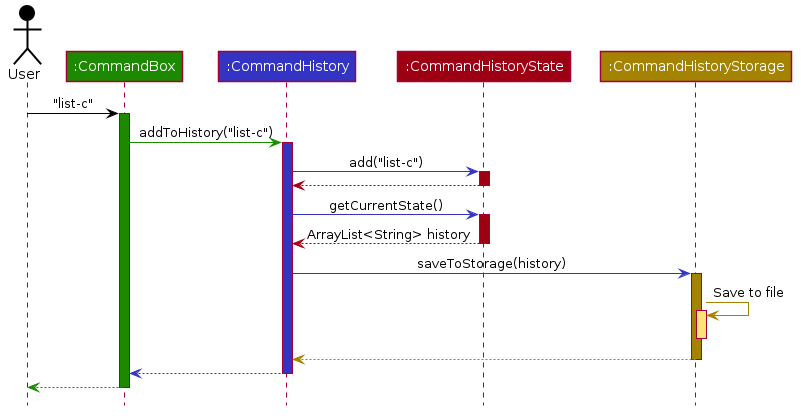
The PlantUML diagram images/CommandHistorySequenceDiagram.png in AY1920S2-CS2103T-F11-2/main, before a commit. Its diagram source:
```plantuml
@startuml








skinparam BackgroundColor #FFFFFFF

skinparam Shadowing false

skinparam Class {
    FontColor #FFFFFF
    BorderThickness 1
    BorderColor #FFFFFF
    StereotypeFontColor #FFFFFF
    FontName Arial
}

skinparam Actor {
    BorderColor #000000
    Color #000000
    FontName Arial
}

skinparam Sequence {
    MessageAlign center
    BoxFontSize 15
    BoxPadding 0
    BoxFontColor #FFFFFF
    FontName Arial
}

skinparam Participant {
    FontColor #FFFFFFF
    Padding 20
}

skinparam MinClassWidth 50
skinparam ParticipantPadding 10
skinparam Shadowing false
skinparam DefaultTextAlignment center
skinparam packageStyle Rectangle

hide footbox
hide members
hide circle

Actor User as user #000000
Participant ":CommandBox" as ui #1D8900
Participant ":CommandHistory" as logic #3333C4
Participant ":CommandHistoryState" as model #9D0012
Participant ":CommandHistoryStorage" as storage #A38300

user -[#000000]> ui : "list-c"
activate ui #1D8900

ui -[#1D8900]> logic : addToHistory("list-c")
activate logic #3333C4

logic -[#3333C4]> model : add("list-c")
activate model #9D0012

model -[#9D0012]-> logic
deactivate model

logic -[#3333C4]> model : getCurrentState()
activate model #9D0012

model -[#9D0012]-> logic : ArrayList<String> history
deactivate model

logic -[#3333C4]> storage : saveToStorage(history)
activate storage #A38300

storage -[#A38300]> storage : Save to file
activate storage #FFE374
deactivate storage

storage --[#A38300]> logic
deactivate storage

logic --[#3333C4]> ui
deactivate logic

ui--[#1D8900]> user
deactivate ui
@enduml
```
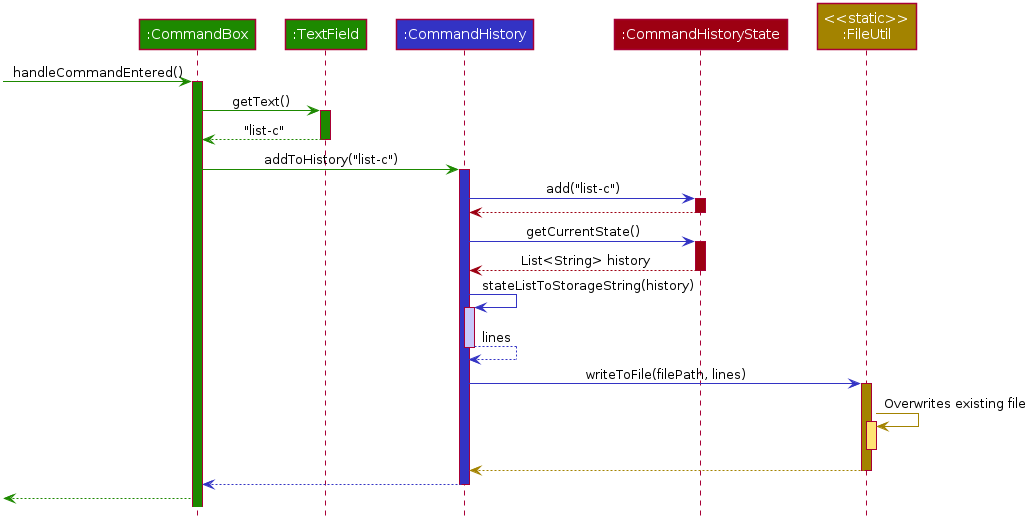
After the commit.

Diff of the diagram source:
```diff
@@ -48,43 +48,54 @@
 hide members
 hide circle
 
-Actor User as user #000000
-Participant ":CommandBox" as ui #1D8900
-Participant ":CommandHistory" as logic #3333C4
-Participant ":CommandHistoryState" as model #9D0012
-Participant ":CommandHistoryStorage" as storage #A38300
+Participant ":CommandBox" as commandBox #1D8900
+Participant ":TextField" as textField #1D8900
+Participant ":CommandHistory" as commandHistory #3333C4
+Participant ":CommandHistoryState" as commandHistoryState #9D0012
+Participant "<<static>>\n:FileUtil" as fileUtil #A38300
 
-user -[#000000]> ui : "list-c"
-activate ui #1D8900
+-[#1D8900]> commandBox : handleCommandEntered()
+activate commandBox #1D8900
 
-ui -[#1D8900]> logic : addToHistory("list-c")
-activate logic #3333C4
+commandBox -[#1D8900]> textField : getText()
+activate textField #1D8900
 
-logic -[#3333C4]> model : add("list-c")
-activate model #9D0012
+textField -[#1D8900]-> commandBox : "list-c"
+deactivate textField
 
-model -[#9D0012]-> logic
-deactivate model
+commandBox -[#1D8900]> commandHistory : addToHistory("list-c")
+activate commandHistory #3333C4
 
-logic -[#3333C4]> model : getCurrentState()
-activate model #9D0012
+commandHistory -[#3333C4]> commandHistoryState : add("list-c")
+activate commandHistoryState #9D0012
 
-model -[#9D0012]-> logic : ArrayList<String> history
-deactivate model
+commandHistoryState -[#9D0012]-> commandHistory
+deactivate commandHistoryState
 
-logic -[#3333C4]> storage : saveToStorage(history)
-activate storage #A38300
+commandHistory -[#3333C4]> commandHistoryState : getCurrentState()
+activate commandHistoryState #9D0012
 
-storage -[#A38300]> storage : Save to file
-activate storage #FFE374
-deactivate storage
+commandHistoryState -[#9D0012]-> commandHistory : List<String> history
+deactivate commandHistoryState
 
-storage --[#A38300]> logic
-deactivate storage
+commandHistory -[#3333C4]> commandHistory : stateListToStorageString(history)
+activate commandHistory #C8C8FA
+commandHistory -[#3333C4]-> commandHistory : lines
+deactivate commandHistory
 
-logic --[#3333C4]> ui
-deactivate logic
+commandHistory -[#3333C4]> fileUtil : writeToFile(filePath, lines)
+activate fileUtil #A38300
 
-ui--[#1D8900]> user
-deactivate ui
+fileUtil -[#A38300]> fileUtil : Overwrites existing file
+activate fileUtil #FFE374
+deactivate fileUtil
+
+fileUtil -[#A38300]-> commandHistory
+deactivate fileUtil
+
+commandHistory -[#3333C4]-> commandBox
+deactivate commandHistory
+
+[<[#1D8900]-- commandBox
+
 @enduml
```
